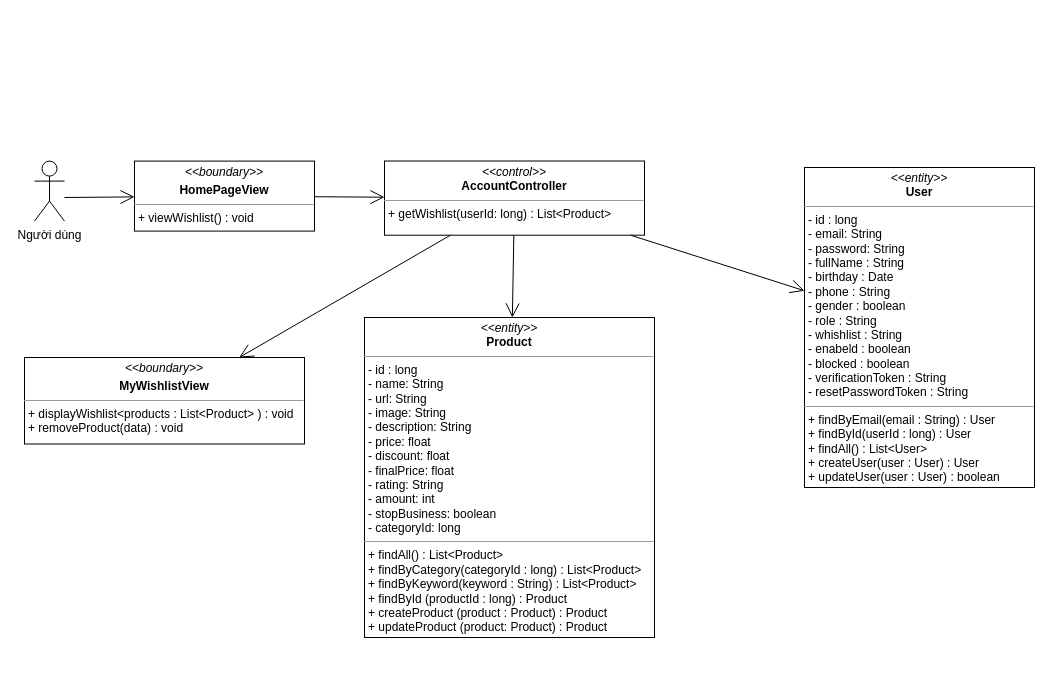
Before: class diagram/view-wishlist-class-diagram.drawio in nguyenphamvan/datn_20202, a draw.io diagram. Source tidied: cells renumbered, new cells numbered last; positions are measured from the earlier drawing's top-left corner, leaving out a move shared by most shapes. Both pictures are drawn from the tidied source at 100%, with x=0, y=0 at pixel (24, 161).
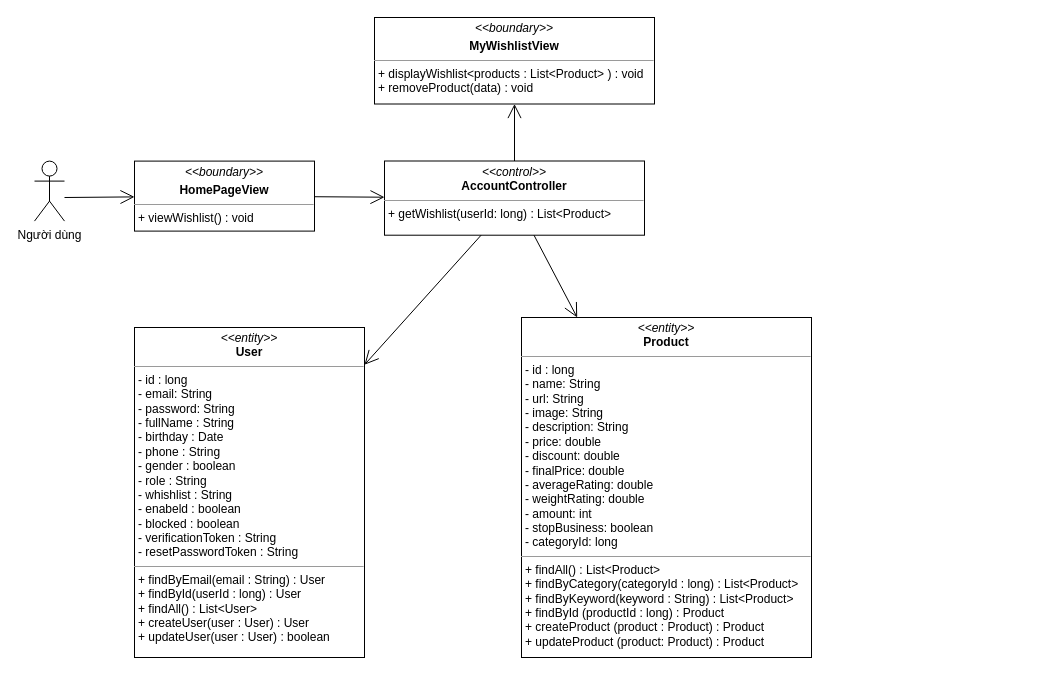
The same diagram, later.

Diff of the diagram source:
```diff
@@
 <mxGraphModel>
   <root>
     <mxCell id="0" />
     <mxCell id="1" parent="0" />
     <mxCell id="2" value="&lt;p style=&quot;margin: 0px ; margin-top: 4px ; text-align: center&quot;&gt;&lt;i&gt;&amp;lt;&amp;lt;boundary&amp;gt;&amp;gt;&lt;/i&gt;&lt;/p&gt;&lt;p style=&quot;margin: 0px ; margin-top: 4px ; text-align: center&quot;&gt;&lt;b&gt;MyWishlistView&lt;/b&gt;&lt;/p&gt;&lt;hr size=&quot;1&quot;&gt;&lt;p style=&quot;margin: 0px ; margin-left: 4px&quot;&gt;&lt;span&gt;+ displayWishlist&amp;lt;products : List&amp;lt;Product&amp;gt; ) : void&lt;/span&gt;&lt;/p&gt;&lt;p style=&quot;margin: 0px ; margin-left: 4px&quot;&gt;&lt;span&gt;+ removeProduct(data) : void&lt;/span&gt;&lt;br&gt;&lt;/p&gt;" style="verticalAlign=top;align=left;overflow=fill;fontSize=12;fontFamily=Helvetica;html=1;" parent="1" vertex="1">
-      <mxGeometry y="196" width="280" height="86.5" as="geometry" />
+      <mxGeometry x="350" y="-144" width="280" height="86.5" as="geometry" />
     </mxCell>
     <mxCell id="3" value="&lt;p style=&quot;margin: 0px ; margin-top: 4px ; text-align: center&quot;&gt;&lt;i&gt;&amp;lt;&amp;lt;control&amp;gt;&amp;gt;&lt;/i&gt;&lt;br&gt;&lt;b&gt;AccountController&lt;/b&gt;&lt;/p&gt;&lt;hr size=&quot;1&quot;&gt;&lt;p style=&quot;margin: 0px ; margin-left: 4px&quot;&gt;&lt;span&gt;+ getWishlist(userId: long) : List&amp;lt;Product&amp;gt;&lt;/span&gt;&lt;br&gt;&lt;/p&gt;" style="verticalAlign=top;align=left;overflow=fill;fontSize=12;fontFamily=Helvetica;html=1;" parent="1" vertex="1">
       <mxGeometry x="360" y="-0.5" width="260" height="74.2" as="geometry" />
     </mxCell>
     <mxCell id="4" value="&lt;p style=&quot;margin: 0px ; margin-top: 4px ; text-align: center&quot;&gt;&lt;i&gt;&amp;lt;&amp;lt;entity&amp;gt;&amp;gt;&lt;/i&gt;&lt;br&gt;&lt;b&gt;User&lt;/b&gt;&lt;/p&gt;&lt;hr size=&quot;1&quot;&gt;&lt;p style=&quot;margin: 0px ; margin-left: 4px&quot;&gt;- id : long&lt;/p&gt;&lt;p style=&quot;margin: 0px ; margin-left: 4px&quot;&gt;- email: String&lt;br&gt;- password: String&lt;/p&gt;&lt;p style=&quot;margin: 0px ; margin-left: 4px&quot;&gt;- fullName : String&lt;/p&gt;&lt;p style=&quot;margin: 0px ; margin-left: 4px&quot;&gt;- birthday : Date&lt;/p&gt;&lt;p style=&quot;margin: 0px ; margin-left: 4px&quot;&gt;- phone : String&lt;/p&gt;&lt;p style=&quot;margin: 0px ; margin-left: 4px&quot;&gt;- gender : boolean&lt;/p&gt;&lt;p style=&quot;margin: 0px ; margin-left: 4px&quot;&gt;- role : String&lt;/p&gt;&lt;p style=&quot;margin: 0px ; margin-left: 4px&quot;&gt;- whishlist : String&lt;/p&gt;&lt;p style=&quot;margin: 0px ; margin-left: 4px&quot;&gt;- enabeld : boolean&lt;/p&gt;&lt;p style=&quot;margin: 0px ; margin-left: 4px&quot;&gt;- blocked : boolean&lt;/p&gt;&lt;p style=&quot;margin: 0px ; margin-left: 4px&quot;&gt;- verificationToken : String&lt;/p&gt;&lt;p style=&quot;margin: 0px ; margin-left: 4px&quot;&gt;- resetPasswordToken : String&lt;/p&gt;&lt;hr size=&quot;1&quot;&gt;&lt;p style=&quot;margin: 0px 0px 0px 4px&quot;&gt;+ findByEmail(email : String) : User&amp;nbsp;&lt;/p&gt;&lt;p style=&quot;margin: 0px 0px 0px 4px&quot;&gt;+ findById(userId : long) : User&lt;/p&gt;&lt;p style=&quot;margin: 0px 0px 0px 4px&quot;&gt;+ findAll() : List&amp;lt;User&amp;gt;&lt;/p&gt;&lt;p style=&quot;margin: 0px 0px 0px 4px&quot;&gt;+ createUser(user : User) : User&lt;/p&gt;&lt;p style=&quot;margin: 0px 0px 0px 4px&quot;&gt;+ updateUser(user : User) : boolean&lt;/p&gt;" style="verticalAlign=top;align=left;overflow=fill;fontSize=12;fontFamily=Helvetica;html=1;" parent="1" vertex="1">
-      <mxGeometry x="780" y="6" width="230" height="320" as="geometry" />
+      <mxGeometry x="110" y="166" width="230" height="330" as="geometry" />
     </mxCell>
     <mxCell id="5" style="endArrow=open;endFill=1;endSize=12;html=1;" parent="1" edge="1" source="3" target="2">
       <mxGeometry relative="1" as="geometry" />
     </mxCell>
     <mxCell id="6" style="endArrow=open;endFill=1;endSize=12;html=1;" parent="1" edge="1" source="3" target="4">
       <mxGeometry relative="1" as="geometry" />
     </mxCell>
     <mxCell id="7" value="&lt;p style=&quot;margin: 0px ; margin-top: 4px ; text-align: center&quot;&gt;&lt;i&gt;&amp;lt;&amp;lt;boundary&amp;gt;&amp;gt;&lt;/i&gt;&lt;/p&gt;&lt;p style=&quot;margin: 0px ; margin-top: 4px ; text-align: center&quot;&gt;&lt;b&gt;HomePageView&lt;/b&gt;&lt;/p&gt;&lt;hr size=&quot;1&quot;&gt;&lt;p style=&quot;margin: 0px ; margin-left: 4px&quot;&gt;&lt;span&gt;+ viewWishlist() : void&lt;/span&gt;&lt;/p&gt;" style="verticalAlign=top;align=left;overflow=fill;fontSize=12;fontFamily=Helvetica;html=1;" parent="1" vertex="1">
       <mxGeometry x="110" y="-0.4" width="180" height="70" as="geometry" />
     </mxCell>
     <mxCell id="8" style="endArrow=open;endFill=1;endSize=12;html=1;" parent="1" edge="1" source="7" target="3">
       <mxGeometry relative="1" as="geometry" />
     </mxCell>
-    <mxCell id="9" value="&lt;p style=&quot;margin: 0px ; margin-top: 4px ; text-align: center&quot;&gt;&lt;i&gt;&amp;lt;&amp;lt;entity&amp;gt;&amp;gt;&lt;/i&gt;&lt;br&gt;&lt;b&gt;Product&lt;/b&gt;&lt;/p&gt;&lt;hr size=&quot;1&quot;&gt;&lt;p style=&quot;margin: 0px ; margin-left: 4px&quot;&gt;- id : long&lt;/p&gt;&lt;p style=&quot;margin: 0px ; margin-left: 4px&quot;&gt;- name: String&lt;br&gt;- url: String&lt;/p&gt;&lt;p style=&quot;margin: 0px ; margin-left: 4px&quot;&gt;- image: String&lt;/p&gt;&lt;p style=&quot;margin: 0px ; margin-left: 4px&quot;&gt;- description: String&lt;/p&gt;&lt;p style=&quot;margin: 0px ; margin-left: 4px&quot;&gt;- price: float&lt;/p&gt;&lt;p style=&quot;margin: 0px ; margin-left: 4px&quot;&gt;- discount: float&lt;/p&gt;&lt;p style=&quot;margin: 0px ; margin-left: 4px&quot;&gt;- finalPrice: float&lt;/p&gt;&lt;p style=&quot;margin: 0px ; margin-left: 4px&quot;&gt;- rating: String&lt;/p&gt;&lt;p style=&quot;margin: 0px ; margin-left: 4px&quot;&gt;- amount: int&lt;/p&gt;&lt;p style=&quot;margin: 0px ; margin-left: 4px&quot;&gt;- stopBusiness: boolean&lt;/p&gt;&lt;p style=&quot;margin: 0px ; margin-left: 4px&quot;&gt;- categoryId: long&lt;/p&gt;&lt;hr size=&quot;1&quot;&gt;&lt;p style=&quot;margin: 0px 0px 0px 4px&quot;&gt;+ findAll() : List&amp;lt;Product&amp;gt;&lt;/p&gt;&lt;p style=&quot;margin: 0px 0px 0px 4px&quot;&gt;+ findByCategory(categoryId : long) : List&amp;lt;Product&amp;gt;&lt;/p&gt;&lt;p style=&quot;margin: 0px 0px 0px 4px&quot;&gt;+ findByKeyword(keyword : String) : List&amp;lt;Product&amp;gt;&lt;/p&gt;&lt;p style=&quot;margin: 0px 0px 0px 4px&quot;&gt;+ findById (productId : long) : Product&lt;/p&gt;&lt;p style=&quot;margin: 0px 0px 0px 4px&quot;&gt;+ createProduct (product : Product) : Product&lt;/p&gt;&lt;p style=&quot;margin: 0px 0px 0px 4px&quot;&gt;+ updateProduct (product: Product) : Product&lt;/p&gt;" style="verticalAlign=top;align=left;overflow=fill;fontSize=12;fontFamily=Helvetica;html=1;" parent="1" vertex="1">
-      <mxGeometry x="340" y="156" width="290" height="320" as="geometry" />
+    <mxCell id="9" value="&lt;p style=&quot;margin: 0px ; margin-top: 4px ; text-align: center&quot;&gt;&lt;i&gt;&amp;lt;&amp;lt;entity&amp;gt;&amp;gt;&lt;/i&gt;&lt;br&gt;&lt;b&gt;Product&lt;/b&gt;&lt;/p&gt;&lt;hr size=&quot;1&quot;&gt;&lt;p style=&quot;margin: 0px 0px 0px 4px&quot;&gt;- id : long&lt;/p&gt;&lt;p style=&quot;margin: 0px 0px 0px 4px&quot;&gt;- name: String&lt;br&gt;- url: String&lt;/p&gt;&lt;p style=&quot;margin: 0px 0px 0px 4px&quot;&gt;- image: String&lt;/p&gt;&lt;p style=&quot;margin: 0px 0px 0px 4px&quot;&gt;- description: String&lt;/p&gt;&lt;p style=&quot;margin: 0px 0px 0px 4px&quot;&gt;- price: double&lt;/p&gt;&lt;p style=&quot;margin: 0px 0px 0px 4px&quot;&gt;- discount: double&lt;/p&gt;&lt;p style=&quot;margin: 0px 0px 0px 4px&quot;&gt;- finalPrice: double&lt;/p&gt;&lt;p style=&quot;margin: 0px 0px 0px 4px&quot;&gt;- averageRating: double&lt;/p&gt;&lt;p style=&quot;margin: 0px 0px 0px 4px&quot;&gt;- weightRating: double&lt;/p&gt;&lt;p style=&quot;margin: 0px 0px 0px 4px&quot;&gt;- amount: int&lt;/p&gt;&lt;p style=&quot;margin: 0px 0px 0px 4px&quot;&gt;- stopBusiness: boolean&lt;/p&gt;&lt;p style=&quot;margin: 0px 0px 0px 4px&quot;&gt;- categoryId: long&lt;/p&gt;&lt;hr size=&quot;1&quot;&gt;&lt;p style=&quot;margin: 0px 0px 0px 4px&quot;&gt;+ findAll() : List&amp;lt;Product&amp;gt;&lt;/p&gt;&lt;p style=&quot;margin: 0px 0px 0px 4px&quot;&gt;+ findByCategory(categoryId : long) : List&amp;lt;Product&amp;gt;&lt;/p&gt;&lt;p style=&quot;margin: 0px 0px 0px 4px&quot;&gt;+ findByKeyword(keyword : String) : List&amp;lt;Product&amp;gt;&lt;/p&gt;&lt;p style=&quot;margin: 0px 0px 0px 4px&quot;&gt;+ findById (productId : long) : Product&lt;/p&gt;&lt;p style=&quot;margin: 0px 0px 0px 4px&quot;&gt;+ createProduct (product : Product) : Product&lt;/p&gt;&lt;p style=&quot;margin: 0px 0px 0px 4px&quot;&gt;+ updateProduct (product: Product) : Product&lt;/p&gt;" style="verticalAlign=top;align=left;overflow=fill;fontSize=12;fontFamily=Helvetica;html=1;" parent="1" vertex="1">
+      <mxGeometry x="497" y="156" width="290" height="340" as="geometry" />
     </mxCell>
     <mxCell id="10" style="endArrow=open;endFill=1;endSize=12;html=1;" parent="1" edge="1" source="3" target="9">
       <mxGeometry relative="1" as="geometry" />
     </mxCell>
     <mxCell id="11" value="Người dùng" style="shape=umlActor;verticalLabelPosition=bottom;verticalAlign=top;html=1;" parent="1" vertex="1">
       <mxGeometry x="10" y="-0.4" width="30" height="60" as="geometry" />
     </mxCell>
     <mxCell id="12" style="endArrow=open;endFill=1;endSize=12;html=1;" parent="1" edge="1" target="7">
       <mxGeometry relative="1" as="geometry">
         <mxPoint x="40" y="36" as="sourcePoint" />
       </mxGeometry>
     </mxCell>
   </root>
 </mxGraphModel>
```
